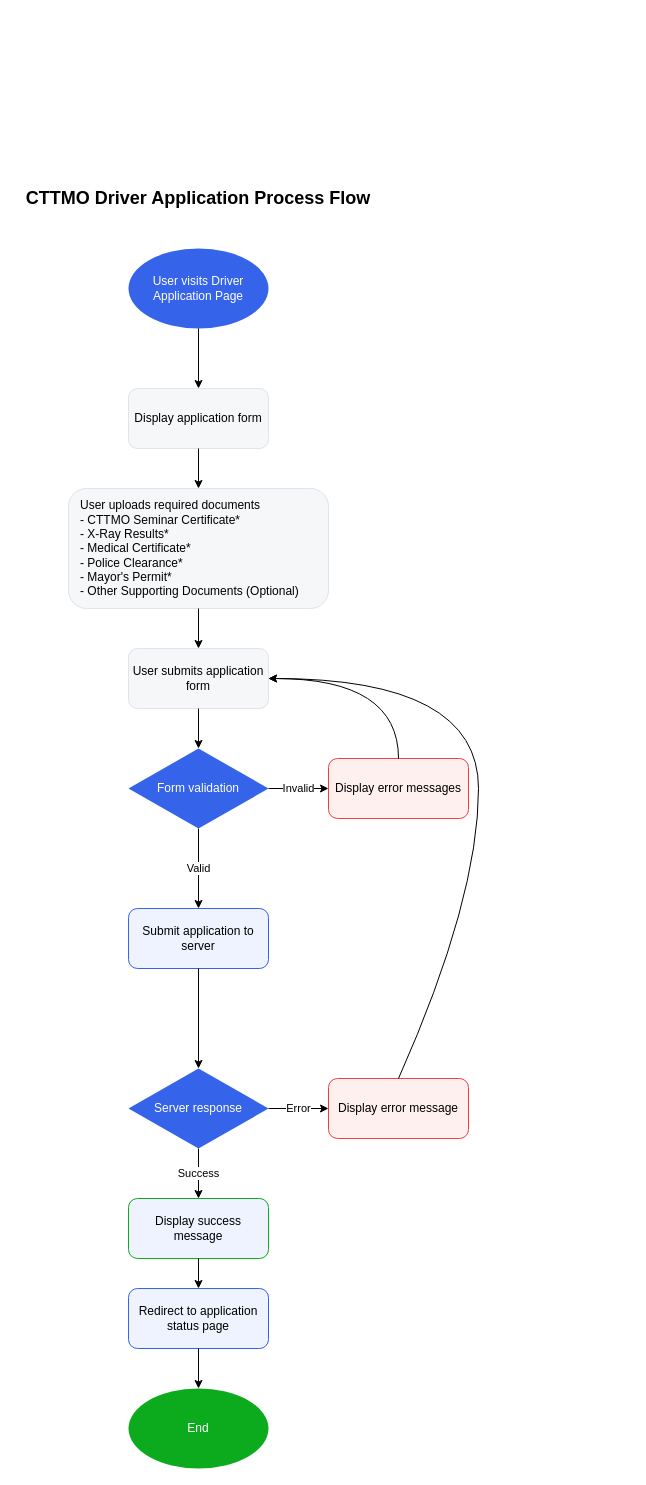
The draw.io diagram driver_application_flowchart.drawio in PotatoLover169/CTTMO-Traffic-violation-Management-System, before the edit. Source tidied: cells renumbered, new cells numbered last; positions are measured from the earlier drawing's top-left corner, leaving out a move shared by most shapes. Both pictures are drawn from the tidied source at 100%, with x=0, y=0 at pixel (23, 188).
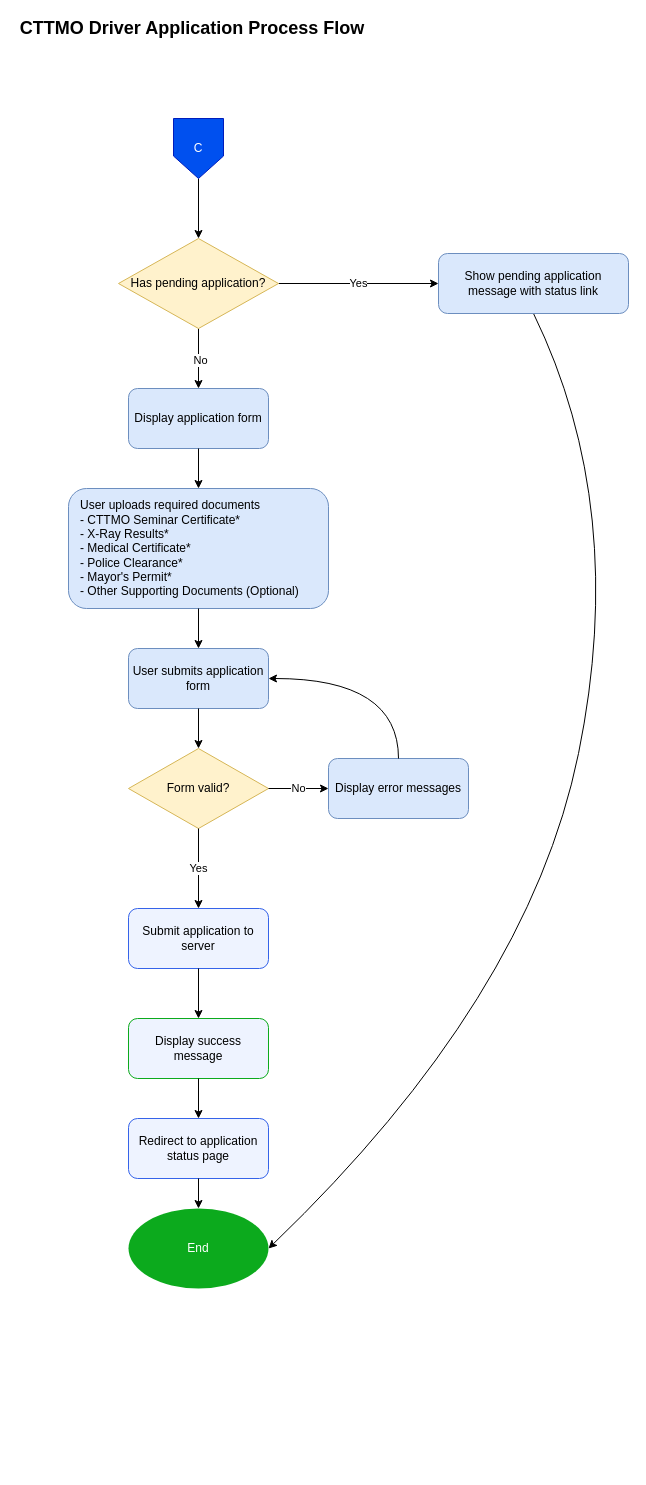
Above is the later version.

Unchanged cells that the change refers to:
```xml
<mxCell id="8" value="Submit application to server" style="rounded=1;whiteSpace=wrap;html=1;fillColor=#EEF3FF;strokeColor=#3563E9;" parent="1" vertex="1">
  <mxGeometry x="105" y="720" width="140" height="60" as="geometry" />
</mxCell>
```

The edit, as a diff of the source:
```diff
@@
-    <mxCell id="2" value="User visits Driver Application Page" style="ellipse;whiteSpace=wrap;html=1;fillColor=#3563E9;fontColor=#FFFFFF;strokeColor=none;" parent="1" vertex="1">
-      <mxGeometry x="105" y="60" width="140" height="80" as="geometry" />
-    </mxCell>
-    <mxCell id="3" value="Display application form" style="rounded=1;whiteSpace=wrap;html=1;fillColor=#F6F7F9;strokeColor=#E0E3EB;" parent="1" vertex="1">
+    <mxCell id="3" value="Display application form" style="rounded=1;whiteSpace=wrap;html=1;fillColor=#dae8fc;strokeColor=#6c8ebf;" parent="1" vertex="1">
       <mxGeometry x="105" y="200" width="140" height="60" as="geometry" />
     </mxCell>
-    <mxCell id="4" value="User uploads required documents&#10;- CTTMO Seminar Certificate*&#10;- X-Ray Results*&#10;- Medical Certificate*&#10;- Police Clearance*&#10;- Mayor's Permit*&#10;- Other Supporting Documents (Optional)" style="rounded=1;whiteSpace=wrap;html=1;fillColor=#F6F7F9;strokeColor=#E0E3EB;align=left;spacingLeft=10;" parent="1" vertex="1">
+    <mxCell id="4" value="User uploads required documents&#10;- CTTMO Seminar Certificate*&#10;- X-Ray Results*&#10;- Medical Certificate*&#10;- Police Clearance*&#10;- Mayor's Permit*&#10;- Other Supporting Documents (Optional)" style="rounded=1;whiteSpace=wrap;html=1;fillColor=#dae8fc;strokeColor=#6c8ebf;align=left;spacingLeft=10;" parent="1" vertex="1">
       <mxGeometry x="45" y="300" width="260" height="120" as="geometry" />
     </mxCell>
-    <mxCell id="5" value="User submits application form" style="rounded=1;whiteSpace=wrap;html=1;fillColor=#F6F7F9;strokeColor=#E0E3EB;" parent="1" vertex="1">
+    <mxCell id="5" value="User submits application form" style="rounded=1;whiteSpace=wrap;html=1;fillColor=#dae8fc;strokeColor=#6c8ebf;" parent="1" vertex="1">
       <mxGeometry x="105" y="460" width="140" height="60" as="geometry" />
     </mxCell>
-    <mxCell id="6" value="Form validation" style="rhombus;whiteSpace=wrap;html=1;fillColor=#3563E9;fontColor=#FFFFFF;strokeColor=none;" parent="1" vertex="1">
+    <mxCell id="6" value="Form valid?" style="rhombus;whiteSpace=wrap;html=1;fillColor=#fff2cc;strokeColor=#d6b656;" parent="1" vertex="1">
       <mxGeometry x="105" y="560" width="140" height="80" as="geometry" />
     </mxCell>
-    <mxCell id="7" value="Display error messages" style="rounded=1;whiteSpace=wrap;html=1;fillColor=#FFF0F0;strokeColor=#F53D3D;" parent="1" vertex="1">
+    <mxCell id="7" value="Display error messages" style="rounded=1;whiteSpace=wrap;html=1;fillColor=#dae8fc;strokeColor=#6c8ebf;" parent="1" vertex="1">
       <mxGeometry x="305" y="570" width="140" height="60" as="geometry" />
     </mxCell>
@@
-    <mxCell id="9" value="Server response" style="rhombus;whiteSpace=wrap;html=1;fillColor=#3563E9;fontColor=#FFFFFF;strokeColor=none;" parent="1" vertex="1">
-      <mxGeometry x="105" y="880" width="140" height="80" as="geometry" />
-    </mxCell>
     <mxCell id="10" value="Display success message" style="rounded=1;whiteSpace=wrap;html=1;fillColor=#EEF3FF;strokeColor=#0CAA1D;" parent="1" vertex="1">
-      <mxGeometry x="105" y="1010" width="140" height="60" as="geometry" />
+      <mxGeometry x="105" y="830" width="140" height="60" as="geometry" />
     </mxCell>
-    <mxCell id="11" value="Display error message" style="rounded=1;whiteSpace=wrap;html=1;fillColor=#FFF0F0;strokeColor=#F53D3D;" parent="1" vertex="1">
-      <mxGeometry x="305" y="890" width="140" height="60" as="geometry" />
-    </mxCell>
     <mxCell id="12" value="Redirect to application status page" style="rounded=1;whiteSpace=wrap;html=1;fillColor=#EEF3FF;strokeColor=#3563E9;" parent="1" vertex="1">
-      <mxGeometry x="105" y="1100" width="140" height="60" as="geometry" />
+      <mxGeometry x="105" y="930" width="140" height="60" as="geometry" />
     </mxCell>
     <mxCell id="13" value="End" style="ellipse;whiteSpace=wrap;html=1;fillColor=#0CAA1D;fontColor=#FFFFFF;strokeColor=none;" parent="1" vertex="1">
-      <mxGeometry x="105" y="1200" width="140" height="80" as="geometry" />
+      <mxGeometry x="105" y="1020" width="140" height="80" as="geometry" />
     </mxCell>
-    <mxCell id="14" style="endArrow=classic;html=1;entryX=0.5;entryY=0;entryDx=0;entryDy=0;" parent="1" edge="1" source="2" target="3">
-      <mxGeometry relative="1" as="geometry" />
+    <mxCell id="14" style="endArrow=classic;html=1;entryX=0.5;entryY=0;entryDx=0;entryDy=0;" parent="1" edge="1" target="3">
+      <mxGeometry relative="1" as="geometry">
+        <mxPoint x="175" y="140" as="sourcePoint" />
+      </mxGeometry>
     </mxCell>
+    <mxCell id="28" value="No" style="edgeLabel;html=1;align=center;verticalAlign=middle;" parent="14" vertex="1">
+      <mxGeometry x="0.03" y="1" relative="1" as="geometry" />
+    </mxCell>
@@
-    <mxCell id="18" value="Invalid" style="endArrow=classic;html=1;exitX=1;exitY=0.5;exitDx=0;exitDy=0;entryX=0;entryY=0.5;entryDx=0;entryDy=0;" parent="1" edge="1" source="6" target="7">
+    <mxCell id="18" value="No" style="endArrow=classic;html=1;exitX=1;exitY=0.5;exitDx=0;exitDy=0;entryX=0;entryY=0.5;entryDx=0;entryDy=0;" parent="1" edge="1" source="6" target="7">
       <mxGeometry relative="1" as="geometry" />
     </mxCell>
-    <mxCell id="19" value="Valid" style="endArrow=classic;html=1;exitX=0.5;exitY=1;exitDx=0;exitDy=0;entryX=0.5;entryY=0;entryDx=0;entryDy=0;" parent="1" edge="1" source="6" target="8">
+    <mxCell id="19" value="Yes" style="endArrow=classic;html=1;exitX=0.5;exitY=1;exitDx=0;exitDy=0;entryX=0.5;entryY=0;entryDx=0;entryDy=0;" parent="1" edge="1" source="6" target="8">
       <mxGeometry relative="1" as="geometry" />
     </mxCell>
-    <mxCell id="20" style="endArrow=classic;html=1;exitX=0.5;exitY=1;exitDx=0;exitDy=0;entryX=0.5;entryY=0;entryDx=0;entryDy=0;" parent="1" edge="1" source="8" target="9">
-      <mxGeometry relative="1" as="geometry" />
+    <mxCell id="20" style="endArrow=classic;html=1;exitX=0.5;exitY=1;exitDx=0;exitDy=0;" parent="1" edge="1" source="8">
+      <mxGeometry relative="1" as="geometry">
+        <mxPoint x="175" y="830" as="targetPoint" />
+      </mxGeometry>
     </mxCell>
-    <mxCell id="21" value="Success" style="endArrow=classic;html=1;exitX=0.5;exitY=1;exitDx=0;exitDy=0;entryX=0.5;entryY=0;entryDx=0;entryDy=0;" parent="1" edge="1" source="9" target="10">
-      <mxGeometry relative="1" as="geometry" />
-    </mxCell>
-    <mxCell id="22" value="Error" style="endArrow=classic;html=1;exitX=1;exitY=0.5;exitDx=0;exitDy=0;entryX=0;entryY=0.5;entryDx=0;entryDy=0;" parent="1" edge="1" source="9" target="11">
-      <mxGeometry relative="1" as="geometry" />
-    </mxCell>
@@
-    <mxCell id="26" style="endArrow=classic;html=1;exitX=0.5;exitY=0;exitDx=0;exitDy=0;entryX=1;entryY=0.5;entryDx=0;entryDy=0;curved=1;" parent="1" edge="1" source="11" target="5">
-      <mxGeometry relative="1" as="geometry">
-        <Array as="points">
-          <mxPoint x="455" y="710" />
-          <mxPoint x="455" y="490" />
-        </Array>
-      </mxGeometry>
-    </mxCell>
     <mxCell id="27" value="CTTMO Driver Application Process Flow" style="text;html=1;strokeColor=none;fillColor=none;align=center;verticalAlign=middle;whiteSpace=wrap;rounded=0;fontSize=18;fontStyle=1;" parent="1" vertex="1">
-      <mxGeometry width="350" height="20" as="geometry" />
+      <mxGeometry x="-6" y="-170" width="350" height="20" as="geometry" />
     </mxCell>
+    <mxCell id="29" value="Yes" style="edgeStyle=none;html=1;" parent="1" edge="1" source="30">
+      <mxGeometry relative="1" as="geometry">
+        <mxPoint x="415" y="95" as="targetPoint" />
+      </mxGeometry>
+    </mxCell>
+    <mxCell id="30" value="Has pending application?" style="rhombus;whiteSpace=wrap;html=1;fillColor=#fff2cc;strokeColor=#d6b656;" parent="1" vertex="1">
+      <mxGeometry x="95" y="50" width="160" height="90" as="geometry" />
+    </mxCell>
+    <mxCell id="31" style="edgeStyle=none;html=1;exitX=0.5;exitY=1;exitDx=0;exitDy=0;flowAnimation=0;shadow=0;rounded=0;curved=1;entryX=1;entryY=0.5;entryDx=0;entryDy=0;" parent="1" edge="1" source="32" target="13">
+      <mxGeometry relative="1" as="geometry">
+        <Array as="points">
+          <mxPoint x="605" y="320" />
+          <mxPoint x="505" y="810" />
+        </Array>
+      </mxGeometry>
+    </mxCell>
+    <mxCell id="32" value="Show pending application message with status link" style="rounded=1;whiteSpace=wrap;html=1;fillColor=#dae8fc;strokeColor=#6c8ebf;" parent="1" vertex="1">
+      <mxGeometry x="415" y="65" width="190" height="60" as="geometry" />
+    </mxCell>
+    <mxCell id="33" style="edgeStyle=none;html=1;exitX=0.5;exitY=1;exitDx=0;exitDy=0;entryX=0.5;entryY=0;entryDx=0;entryDy=0;" parent="1" edge="1" source="34" target="30">
+      <mxGeometry relative="1" as="geometry" />
+    </mxCell>
+    <mxCell id="34" value="C" style="shape=offPageConnector;whiteSpace=wrap;html=1;fillColor=#0050ef;strokeColor=#001DBC;fontColor=#ffffff;" parent="1" vertex="1">
+      <mxGeometry x="150" y="-70" width="50" height="60" as="geometry" />
+    </mxCell>
```
